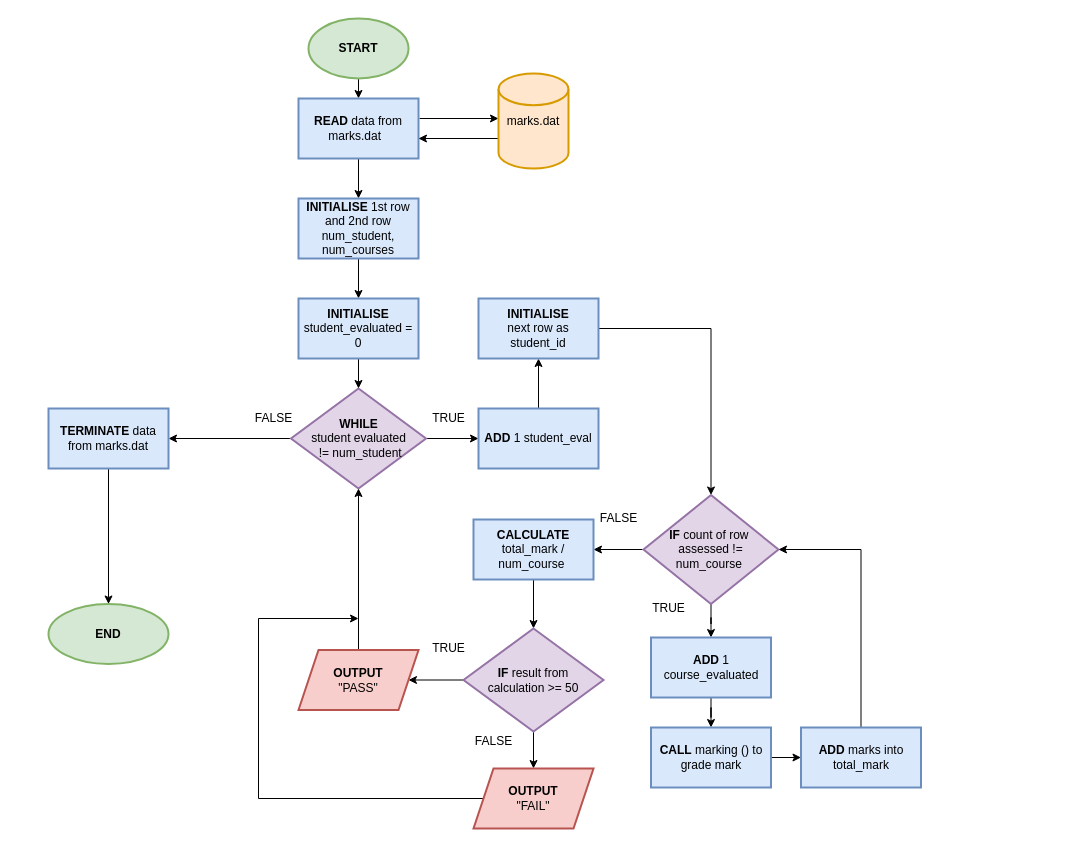
erwanfadlys/OUM_Final keeps this draw.io diagram as page "MainFunc" (1 of 2) of Untitled Diagram.drawio. Above is the earlier version. Source tidied: cells renumbered, new cells numbered last; positions are measured from the earlier drawing's top-left corner, leaving out a move shared by most shapes. Both pictures are drawn from the tidied source at 100%, with x=0, y=0 at pixel (48, 18).
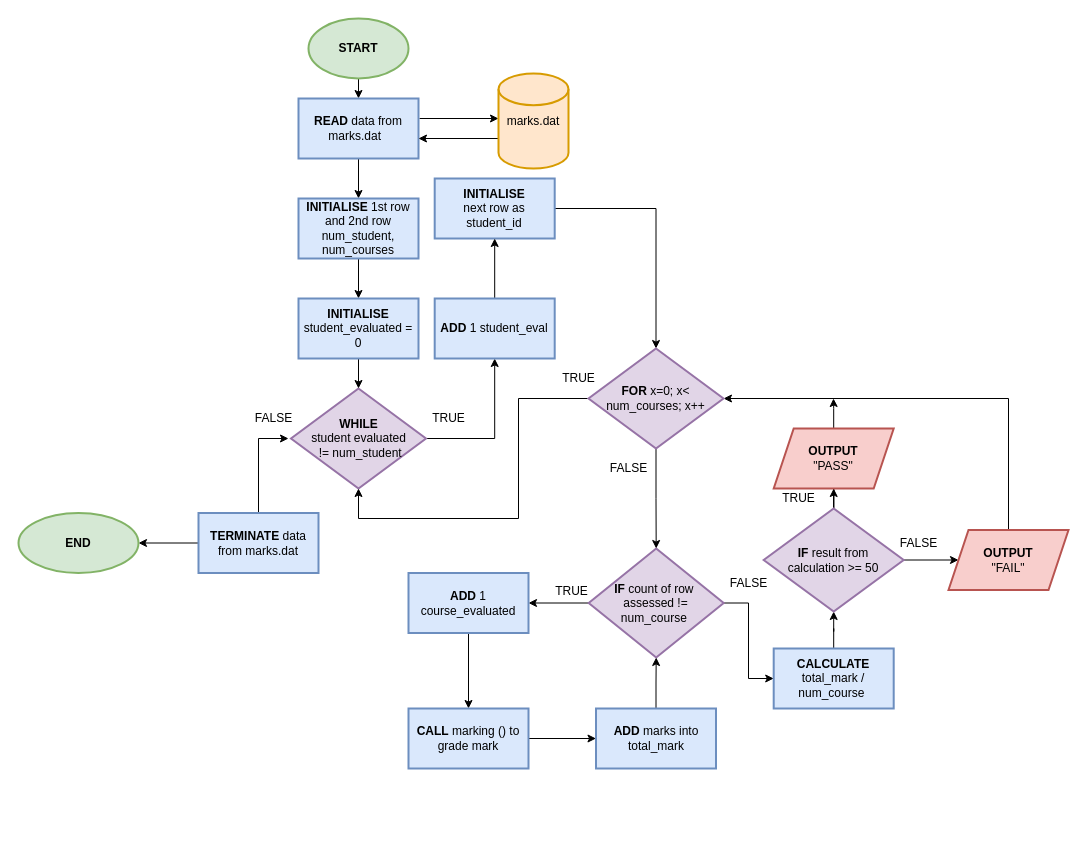
After the change.

Unchanged cells that the change refers to:
```xml
<mxCell id="16" value="&lt;b&gt;WHILE&lt;/b&gt;&lt;br&gt;student evaluated&lt;br&gt;&amp;nbsp;!= num_student" style="rhombus;whiteSpace=wrap;html=1;strokeColor=#9673a6;strokeWidth=2;fillColor=#e1d5e7;" parent="1" vertex="1">
  <mxGeometry x="242.5" y="370" width="135" height="100" as="geometry" />
</mxCell>
```

The edit, as a diff of the source:
```diff
@@
-    <mxCell id="8" style="edgeStyle=orthogonalEdgeStyle;jettySize=auto;html=1;exitX=1;exitY=0.5;exitDx=0;exitDy=0;" parent="1" edge="1" source="17" target="12">
-      <mxGeometry relative="1" as="geometry">
-        <Array as="points">
-          <mxPoint x="490" y="420" />
-        </Array>
-      </mxGeometry>
-    </mxCell>
@@
-    <mxCell id="11" style="edgeStyle=orthogonalEdgeStyle;rounded=0;jettySize=auto;html=1;" parent="1" edge="1" source="12" target="24">
-      <mxGeometry relative="1" as="geometry" />
-    </mxCell>
+    <mxCell id="47" style="edgeStyle=orthogonalEdgeStyle;rounded=0;jettySize=auto;html=1;" parent="1" edge="1" source="12" target="53">
+      <mxGeometry relative="1" as="geometry" />
+    </mxCell>
     <mxCell id="12" value="&lt;b&gt;INITIALISE&lt;/b&gt;&lt;br&gt;next row as student_id" style="whiteSpace=wrap;html=1;strokeWidth=2;fillColor=#dae8fc;strokeColor=#6c8ebf;" parent="1" vertex="1">
-      <mxGeometry x="430" y="280" width="120" height="60" as="geometry" />
+      <mxGeometry x="386.2" y="160" width="120" height="60" as="geometry" />
     </mxCell>
@@
-    <mxCell id="15" style="edgeStyle=orthogonalEdgeStyle;rounded=0;jettySize=auto;html=1;entryX=1;entryY=0.5;entryDx=0;entryDy=0;" parent="1" edge="1" source="16" target="20">
-      <mxGeometry relative="1" as="geometry" />
-    </mxCell>
@@
+    <mxCell id="8" style="edgeStyle=orthogonalEdgeStyle;rounded=0;jettySize=auto;html=1;" parent="1" edge="1" source="17" target="12">
+      <mxGeometry relative="1" as="geometry" />
+    </mxCell>
     <mxCell id="17" value="&lt;b&gt;ADD&lt;/b&gt; 1 student_eval" style="whiteSpace=wrap;html=1;strokeColor=#6c8ebf;strokeWidth=2;fillColor=#dae8fc;" parent="1" vertex="1">
-      <mxGeometry x="430" y="390" width="120" height="60" as="geometry" />
+      <mxGeometry x="386.2" y="280" width="120" height="60" as="geometry" />
     </mxCell>
@@
+    <mxCell id="48" style="edgeStyle=orthogonalEdgeStyle;rounded=0;jettySize=auto;html=1;" parent="1" edge="1" source="20">
+      <mxGeometry relative="1" as="geometry">
+        <mxPoint x="240" y="420" as="targetPoint" />
+        <Array as="points">
+          <mxPoint x="210" y="420" />
+        </Array>
+      </mxGeometry>
+    </mxCell>
     <mxCell id="20" value="&lt;b&gt;TERMINATE&lt;/b&gt; data from marks.dat" style="whiteSpace=wrap;html=1;strokeColor=#6c8ebf;strokeWidth=2;fillColor=#dae8fc;" parent="1" vertex="1">
-      <mxGeometry y="390" width="120" height="60" as="geometry" />
+      <mxGeometry x="150" y="494.5" width="120" height="60" as="geometry" />
     </mxCell>
@@
-    <mxCell id="23" style="edgeStyle=orthogonalEdgeStyle;rounded=0;jettySize=auto;html=1;" parent="1" edge="1" source="24" target="33">
-      <mxGeometry relative="1" as="geometry" />
+    <mxCell id="23" style="edgeStyle=orthogonalEdgeStyle;rounded=0;jettySize=auto;html=1;entryX=0;entryY=0.5;entryDx=0;entryDy=0;" parent="1" edge="1" source="24" target="33">
+      <mxGeometry relative="1" as="geometry">
+        <Array as="points">
+          <mxPoint x="700" y="585" />
+          <mxPoint x="700" y="660" />
+        </Array>
+      </mxGeometry>
     </mxCell>
     <mxCell id="24" value="&lt;b&gt;IF&lt;/b&gt; count of row&amp;nbsp;&lt;br&gt;assessed != &lt;br&gt;num_course&amp;nbsp;" style="rhombus;whiteSpace=wrap;html=1;strokeColor=#9673a6;strokeWidth=2;fillColor=#e1d5e7;" parent="1" vertex="1">
-      <mxGeometry x="595" y="476.5" width="135" height="109" as="geometry" />
+      <mxGeometry x="540.2" y="530" width="135" height="109" as="geometry" />
     </mxCell>
@@
     <mxCell id="26" value="&lt;b&gt;ADD&lt;/b&gt; 1 course_evaluated" style="whiteSpace=wrap;html=1;strokeColor=#6c8ebf;strokeWidth=2;fillColor=#dae8fc;" parent="1" vertex="1">
-      <mxGeometry x="602.5" y="619" width="120" height="60" as="geometry" />
+      <mxGeometry x="360" y="554.5" width="120" height="60" as="geometry" />
     </mxCell>
     <mxCell id="27" value="TRUE" style="text;html=1;align=center;verticalAlign=middle;strokeColor=none;fillColor=none;" parent="1" vertex="1">
-      <mxGeometry x="595" y="580" width="50" height="20" as="geometry" />
+      <mxGeometry x="497.5" y="563" width="50" height="20" as="geometry" />
     </mxCell>
@@
     <mxCell id="29" value="&lt;b&gt;CALL&lt;/b&gt; marking () to grade mark" style="whiteSpace=wrap;html=1;strokeColor=#6c8ebf;strokeWidth=2;fillColor=#dae8fc;" parent="1" vertex="1">
-      <mxGeometry x="602.5" y="709" width="120" height="60" as="geometry" />
+      <mxGeometry x="360" y="690" width="120" height="60" as="geometry" />
     </mxCell>
-    <mxCell id="30" style="edgeStyle=orthogonalEdgeStyle;rounded=0;jettySize=auto;html=1;entryX=1;entryY=0.5;entryDx=0;entryDy=0;" parent="1" edge="1" source="31" target="24">
-      <mxGeometry relative="1" as="geometry">
-        <Array as="points">
-          <mxPoint x="813" y="531" />
-        </Array>
-      </mxGeometry>
+    <mxCell id="30" style="edgeStyle=orthogonalEdgeStyle;rounded=0;jettySize=auto;html=1;" parent="1" edge="1" source="31" target="24">
+      <mxGeometry relative="1" as="geometry" />
     </mxCell>
     <mxCell id="31" value="&lt;b&gt;ADD&lt;/b&gt; marks into total_mark" style="whiteSpace=wrap;html=1;strokeColor=#6c8ebf;strokeWidth=2;fillColor=#dae8fc;" parent="1" vertex="1">
-      <mxGeometry x="752.5" y="709" width="120" height="60" as="geometry" />
+      <mxGeometry x="547.5" y="690" width="120" height="60" as="geometry" />
     </mxCell>
@@
     <mxCell id="33" value="&lt;b&gt;CALCULATE&lt;/b&gt; total_mark / num_course&amp;nbsp;" style="whiteSpace=wrap;html=1;strokeColor=#6c8ebf;strokeWidth=2;fillColor=#dae8fc;" parent="1" vertex="1">
-      <mxGeometry x="425" y="501" width="120" height="60" as="geometry" />
+      <mxGeometry x="725.2" y="630" width="120" height="60" as="geometry" />
     </mxCell>
+    <mxCell id="35" style="edgeStyle=orthogonalEdgeStyle;rounded=0;jettySize=auto;html=1;" parent="1" edge="1" source="36" target="38">
+      <mxGeometry relative="1" as="geometry" />
+    </mxCell>
@@
-    <mxCell id="35" style="edgeStyle=orthogonalEdgeStyle;rounded=0;jettySize=auto;html=1;" parent="1" edge="1" source="36" target="38">
-      <mxGeometry relative="1" as="geometry" />
-    </mxCell>
     <mxCell id="36" value="&lt;b&gt;IF&lt;/b&gt; result from &lt;br&gt;calculation &amp;gt;= 50" style="rhombus;whiteSpace=wrap;html=1;strokeColor=#9673a6;strokeWidth=2;fillColor=#e1d5e7;" parent="1" vertex="1">
-      <mxGeometry x="415" y="610" width="140" height="103" as="geometry" />
+      <mxGeometry x="715.2" y="490" width="140" height="103" as="geometry" />
     </mxCell>
-    <mxCell id="37" style="edgeStyle=orthogonalEdgeStyle;rounded=0;jettySize=auto;html=1;entryX=0.5;entryY=1;entryDx=0;entryDy=0;" parent="1" edge="1" source="38" target="16">
-      <mxGeometry relative="1" as="geometry" />
-    </mxCell>
+    <mxCell id="49" style="edgeStyle=orthogonalEdgeStyle;rounded=0;jettySize=auto;html=1;" parent="1" edge="1" source="38">
+      <mxGeometry relative="1" as="geometry">
+        <mxPoint x="785" y="380" as="targetPoint" />
+      </mxGeometry>
+    </mxCell>
     <mxCell id="38" value="&lt;b&gt;OUTPUT&lt;/b&gt;&lt;br&gt;&quot;PASS&quot;" style="shape=parallelogram;perimeter=parallelogramPerimeter;whiteSpace=wrap;html=1;fixedSize=1;strokeColor=#b85450;strokeWidth=2;fillColor=#f8cecc;" parent="1" vertex="1">
-      <mxGeometry x="250" y="631.5" width="120" height="60" as="geometry" />
+      <mxGeometry x="725.2" y="410" width="120" height="60" as="geometry" />
     </mxCell>
-    <mxCell id="39" style="edgeStyle=orthogonalEdgeStyle;rounded=0;jettySize=auto;html=1;" parent="1" edge="1" source="40">
-      <mxGeometry relative="1" as="geometry">
-        <mxPoint x="310" y="600" as="targetPoint" />
-        <Array as="points">
-          <mxPoint x="210" y="780" />
-          <mxPoint x="210" y="600" />
-        </Array>
-      </mxGeometry>
-    </mxCell>
+    <mxCell id="50" style="edgeStyle=orthogonalEdgeStyle;rounded=0;jettySize=auto;html=1;entryX=1;entryY=0.5;entryDx=0;entryDy=0;" parent="1" edge="1" source="40" target="53">
+      <mxGeometry relative="1" as="geometry">
+        <Array as="points">
+          <mxPoint x="960" y="380" />
+        </Array>
+      </mxGeometry>
+    </mxCell>
     <mxCell id="40" value="&lt;b&gt;OUTPUT&lt;br&gt;&lt;/b&gt;&quot;FAIL&quot;" style="shape=parallelogram;perimeter=parallelogramPerimeter;whiteSpace=wrap;html=1;fixedSize=1;strokeColor=#b85450;strokeWidth=2;fillColor=#f8cecc;" parent="1" vertex="1">
-      <mxGeometry x="425" y="750" width="120" height="60" as="geometry" />
+      <mxGeometry x="900" y="511.5" width="120" height="60" as="geometry" />
     </mxCell>
     <mxCell id="41" value="&lt;b&gt;END&lt;/b&gt;" style="ellipse;whiteSpace=wrap;html=1;strokeColor=#82b366;strokeWidth=2;fillColor=#d5e8d4;" parent="1" vertex="1">
-      <mxGeometry y="585.5" width="120" height="60" as="geometry" />
+      <mxGeometry x="-30" y="494.5" width="120" height="60" as="geometry" />
     </mxCell>
     <mxCell id="42" value="FALSE" style="text;html=1;align=center;verticalAlign=middle;strokeColor=none;fillColor=none;" parent="1" vertex="1">
-      <mxGeometry x="420" y="713" width="50" height="20" as="geometry" />
+      <mxGeometry x="675.2" y="554.5" width="50" height="20" as="geometry" />
     </mxCell>
     <mxCell id="43" value="TRUE" style="text;html=1;align=center;verticalAlign=middle;strokeColor=none;fillColor=none;" parent="1" vertex="1">
-      <mxGeometry x="375" y="620" width="50" height="20" as="geometry" />
+      <mxGeometry x="725.2" y="470" width="50" height="20" as="geometry" />
     </mxCell>
     <mxCell id="44" value="FALSE" style="text;html=1;align=center;verticalAlign=middle;strokeColor=none;fillColor=none;" parent="1" vertex="1">
-      <mxGeometry x="545" y="490" width="50" height="20" as="geometry" />
+      <mxGeometry x="845.2" y="514.5" width="50" height="20" as="geometry" />
     </mxCell>
@@
+    <mxCell id="51" style="edgeStyle=orthogonalEdgeStyle;rounded=0;jettySize=auto;html=1;entryX=0.5;entryY=1;entryDx=0;entryDy=0;" parent="1" edge="1" source="53" target="16">
+      <mxGeometry relative="1" as="geometry">
+        <Array as="points">
+          <mxPoint x="470" y="380" />
+          <mxPoint x="470" y="500" />
+          <mxPoint x="310" y="500" />
+        </Array>
+      </mxGeometry>
+    </mxCell>
+    <mxCell id="52" style="edgeStyle=orthogonalEdgeStyle;rounded=0;jettySize=auto;html=1;" parent="1" edge="1" source="53" target="24">
+      <mxGeometry relative="1" as="geometry" />
+    </mxCell>
+    <mxCell id="53" value="&lt;b&gt;FOR&lt;/b&gt; x=0; x&amp;lt; num_courses; x++" style="rhombus;whiteSpace=wrap;html=1;strokeColor=#9673a6;strokeWidth=2;fillColor=#e1d5e7;" parent="1" vertex="1">
+      <mxGeometry x="540" y="330" width="135" height="100" as="geometry" />
+    </mxCell>
+    <mxCell id="54" value="TRUE" style="text;html=1;align=center;verticalAlign=middle;strokeColor=none;fillColor=none;" parent="1" vertex="1">
+      <mxGeometry x="505" y="350" width="50" height="20" as="geometry" />
+    </mxCell>
+    <mxCell id="55" value="FALSE" style="text;html=1;align=center;verticalAlign=middle;strokeColor=none;fillColor=none;" parent="1" vertex="1">
+      <mxGeometry x="555" y="440" width="50" height="20" as="geometry" />
+    </mxCell>
```
